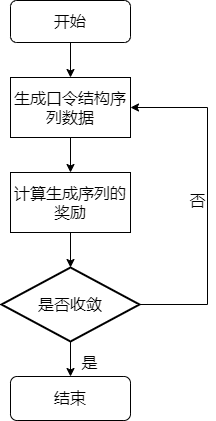
lakomi/pictures keeps this draw.io diagram as seqgan-dis.drawio.png. Above is the earlier version. Source tidied: cells renumbered, new cells last; positions are measured from the earlier drawing's top-left corner, leaving out a move shared by most shapes.
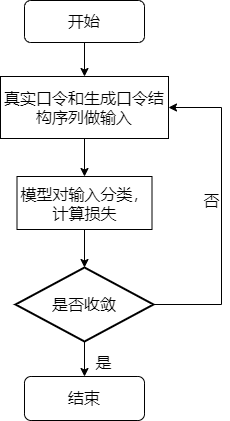
After the commit.

What changed in the source:
```diff
@@ -5,14 +5,14 @@
     <mxCell id="2" style="edgeStyle=orthogonalEdgeStyle;rounded=0;jettySize=auto;html=1;exitX=0.5;exitY=1;exitDx=0;exitDy=0;fontSize=16;" parent="1" edge="1" source="3" target="5">
       <mxGeometry relative="1" as="geometry" />
     </mxCell>
-    <mxCell id="3" value="生成口令结构序列数据" style="rounded=0;whiteSpace=wrap;html=1;fontSize=16;" parent="1" vertex="1">
-      <mxGeometry x="9" y="77" width="120" height="60" as="geometry" />
+    <mxCell id="3" value="真实口令和生成口令结构序列做输入" style="rounded=0;whiteSpace=wrap;html=1;fontSize=16;" parent="1" vertex="1">
+      <mxGeometry x="-15" y="76" width="168" height="62" as="geometry" />
     </mxCell>
     <mxCell id="4" style="edgeStyle=orthogonalEdgeStyle;rounded=0;jettySize=auto;html=1;exitX=0.5;exitY=1;exitDx=0;exitDy=0;entryX=0.5;entryY=0;entryDx=0;entryDy=0;entryPerimeter=0;fontSize=16;" parent="1" edge="1" source="5" target="10">
       <mxGeometry relative="1" as="geometry" />
     </mxCell>
-    <mxCell id="5" value="计算生成序列的奖励" style="rounded=0;whiteSpace=wrap;html=1;fontSize=16;" parent="1" vertex="1">
-      <mxGeometry x="9" y="172" width="120" height="60" as="geometry" />
+    <mxCell id="5" value="模型对输入分类，计算损失" style="rounded=0;whiteSpace=wrap;html=1;fontSize=16;" parent="1" vertex="1">
+      <mxGeometry x="1.5" y="176" width="135" height="53" as="geometry" />
     </mxCell>
     <mxCell id="6" style="edgeStyle=orthogonalEdgeStyle;rounded=0;jettySize=auto;html=1;exitX=0.5;exitY=1;exitDx=0;exitDy=0;fontSize=16;" parent="1" edge="1" source="7" target="3">
       <mxGeometry relative="1" as="geometry" />
```
